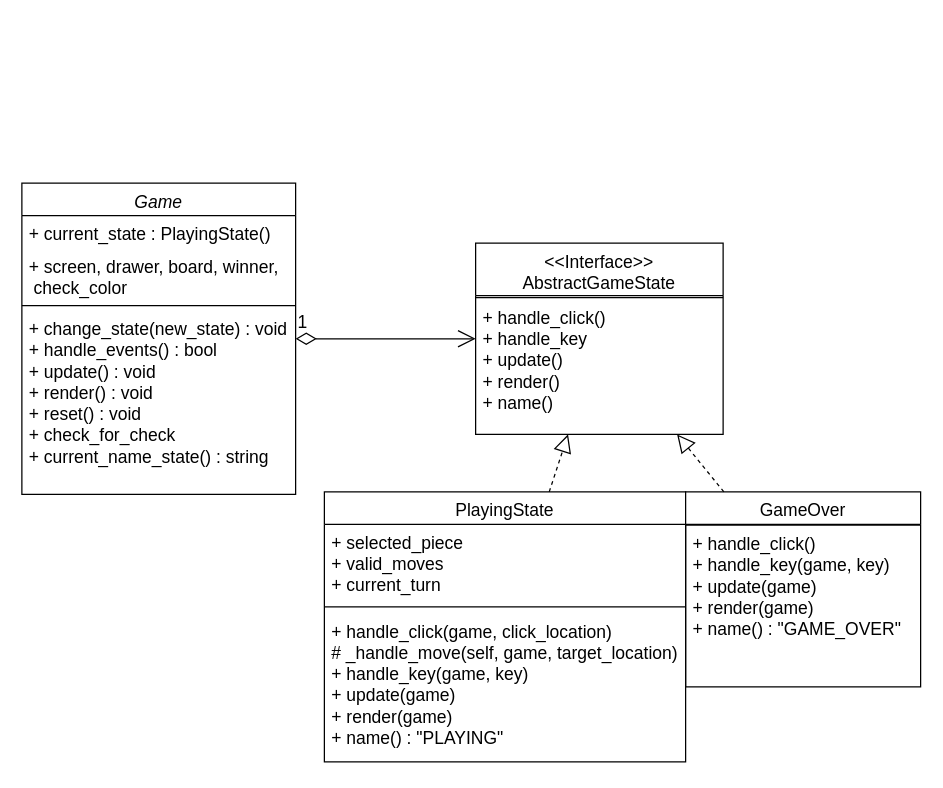
Above: page "diagrama State" (1 of 2) of diagrams/applied_design_patterns.drawio in arturdsilva/pygameChess (draw.io), before the change. Source tidied: cells renumbered, new cells numbered last; positions are measured from the earlier drawing's top-left corner, leaving out a move shared by most shapes. Both pictures are drawn from the tidied source at 125%, with x=0, y=0 at pixel (21, 182).
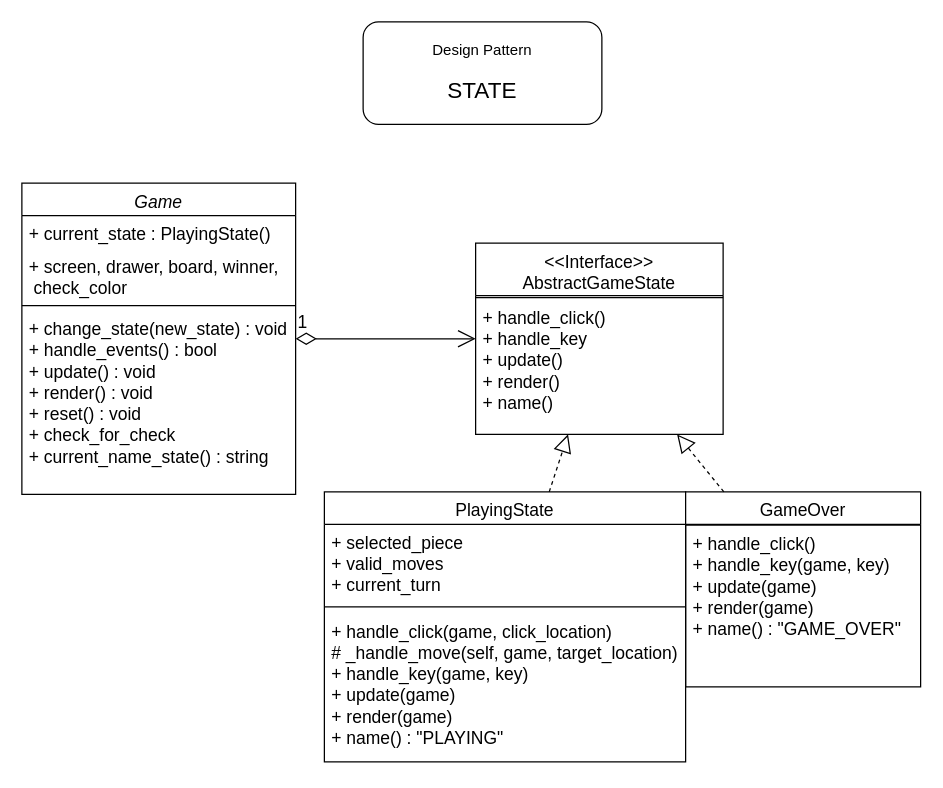
The same diagram, later.

What changed in the source:
```diff
@@
+    <mxCell id="20" value="Design Pattern&lt;div&gt;&lt;br&gt;&lt;div&gt;&lt;font style=&quot;font-size: 18px;&quot;&gt;STATE&lt;/font&gt;&lt;/div&gt;&lt;/div&gt;" style="rounded=1;whiteSpace=wrap;html=1;" parent="1" vertex="1">
+      <mxGeometry x="273" y="-129" width="191" height="82" as="geometry" />
+    </mxCell>
```
